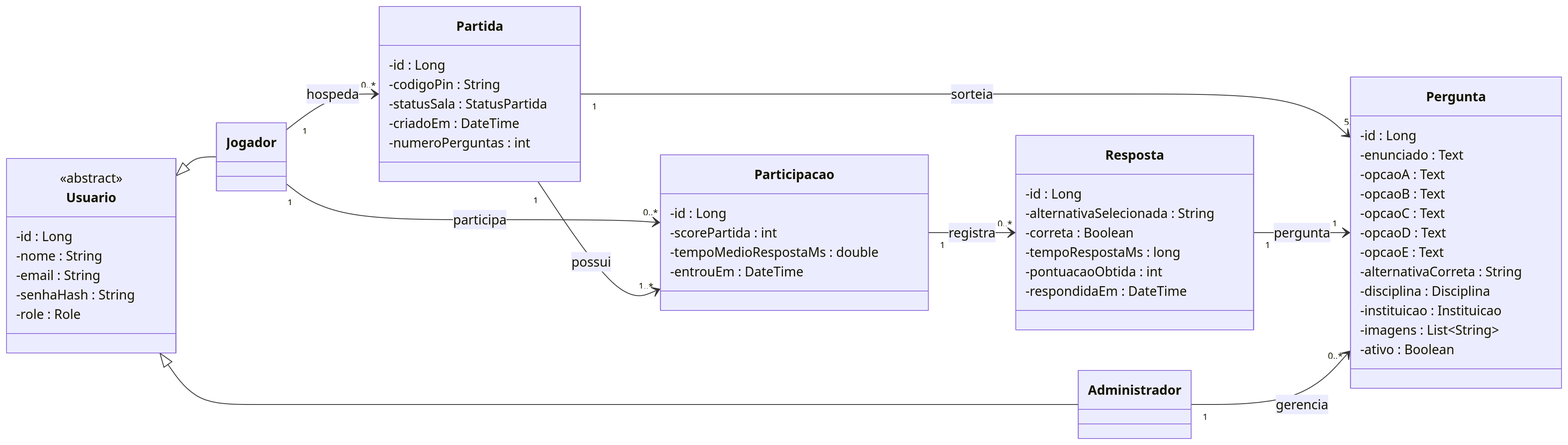
Above: docs/Diagramas/DiagramaDeClasses.png in JoaoReiiis/DeuBranco (Mermaid), before the change. Its source is kept beside it as docs/Diagramas/DiagramaDeClasses.mmd. The source it was exported from:
```mermaid
classDiagram
    direction LR

    class Usuario {
        <<abstract>>
        -id : Long
        -nome : String
        -email : String
        -senhaHash : String
        -role : Role
    }

    class Jogador {
    }

    class Administrador {
    }

    class Pergunta {
        -id : Long
        -enunciado : Text
        -opcaoA : Text
        -opcaoB : Text
        -opcaoC : Text
        -opcaoD : Text
        -opcaoE : Text
        -alternativaCorreta : String
        -disciplina : Disciplina
        -instituicao : Instituicao
        -imagens : List~String~
        -ativo : Boolean
    }

    class Partida {
        -id : Long
        -codigoPin : String
        -statusSala : StatusPartida
        -criadoEm : DateTime
        -numeroPerguntas : int
    }

    class Participacao {
        -id : Long
        -scorePartida : int
        -tempoMedioRespostaMs : double
        -entrouEm : DateTime
    }

    class Resposta {
        -id : Long
        -alternativaSelecionada : String
        -correta : Boolean
        -tempoRespostaMs : long
        -pontuacaoObtida : int
        -respondidaEm : DateTime
    }

    Usuario <|-- Jogador
    Usuario <|-- Administrador

    Jogador "1" --> "0..*" Partida : hospeda

    Jogador "1" --> "0..*" Participacao : participa
    Partida "1" --> "1..*" Participacao : possui

    Partida "1" --> "5..30" Pergunta : sorteia

    Participacao "1" --> "0..*" Resposta : registra
    Resposta "1" --> "1" Pergunta : pergunta

    Administrador "1" --> "0..*" Pergunta : gerencia
```
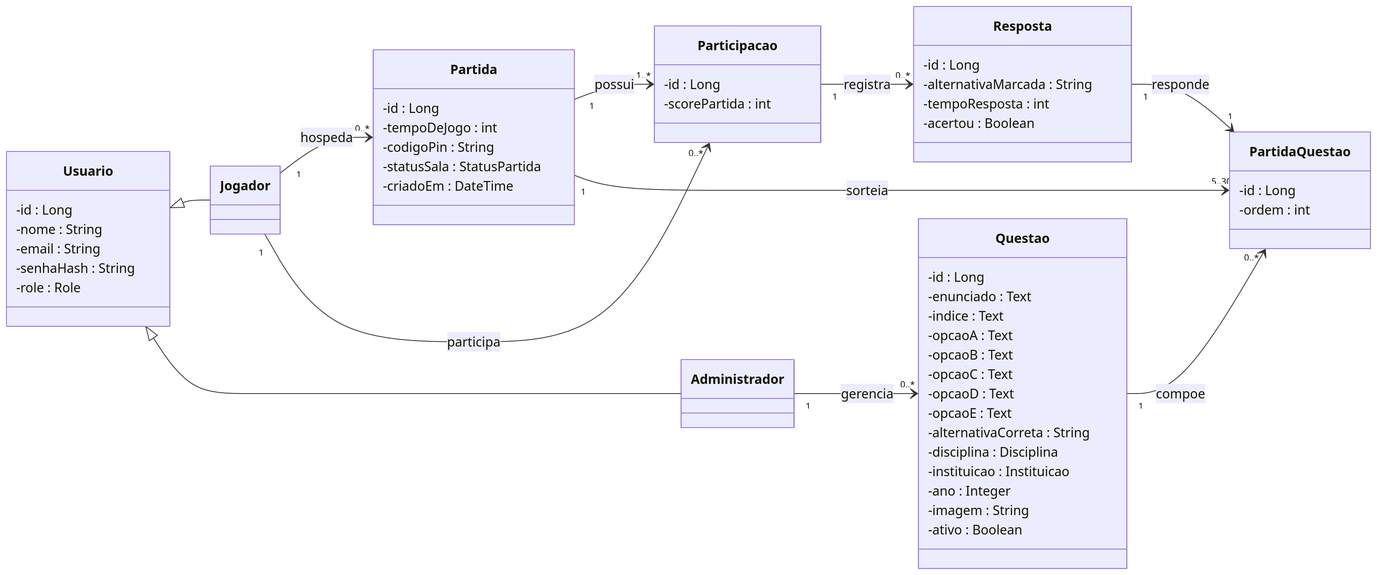
The same file after the commit.

Commit message:
docs: correção diagrama de classes

Change to the diagram source:
```diff
@@ -2,7 +2,6 @@
     direction LR
 
     class Usuario {
-        <<abstract>>
         -id : Long
         -nome : String
         -email : String
@@ -19,6 +18,7 @@
     class Pergunta {
         -id : Long
         -enunciado : Text
+        -indice : Text
         -opcaoA : Text
         -opcaoB : Text
         -opcaoC : Text
@@ -27,32 +27,34 @@
         -alternativaCorreta : String
         -disciplina : Disciplina
         -instituicao : Instituicao
-        -imagens : List~String~
+        -ano : Integer
+        -imagem : String
         -ativo : Boolean
     }
 
     class Partida {
         -id : Long
+        -tempoDeJogo : int
         -codigoPin : String
         -statusSala : StatusPartida
         -criadoEm : DateTime
-        -numeroPerguntas : int
+    }
+
+    class PartidaQuestao {
+        -id : Long
+        -ordem : int
     }
 
     class Participacao {
         -id : Long
         -scorePartida : int
-        -tempoMedioRespostaMs : double
-        -entrouEm : DateTime
     }
 
     class Resposta {
         -id : Long
-        -alternativaSelecionada : String
-        -correta : Boolean
-        -tempoRespostaMs : long
-        -pontuacaoObtida : int
-        -respondidaEm : DateTime
+        -alternativaMarcada : String
+        -tempoResposta : int
+        -acertou : Boolean
     }
 
     Usuario <|-- Jogador
@@ -63,9 +65,10 @@
     Jogador "1" --> "0..*" Participacao : participa
     Partida "1" --> "1..*" Participacao : possui
 
-    Partida "1" --> "5..30" Pergunta : sorteia
+    Partida "1" --> "5..30" PartidaQuestao : sorteia
+    Pergunta "1" --> "0..*" PartidaQuestao : compoe
 
     Participacao "1" --> "0..*" Resposta : registra
-    Resposta "1" --> "1" Pergunta : pergunta
+    Resposta "1" --> "1" PartidaQuestao : responde
 
     Administrador "1" --> "0..*" Pergunta : gerencia
```
